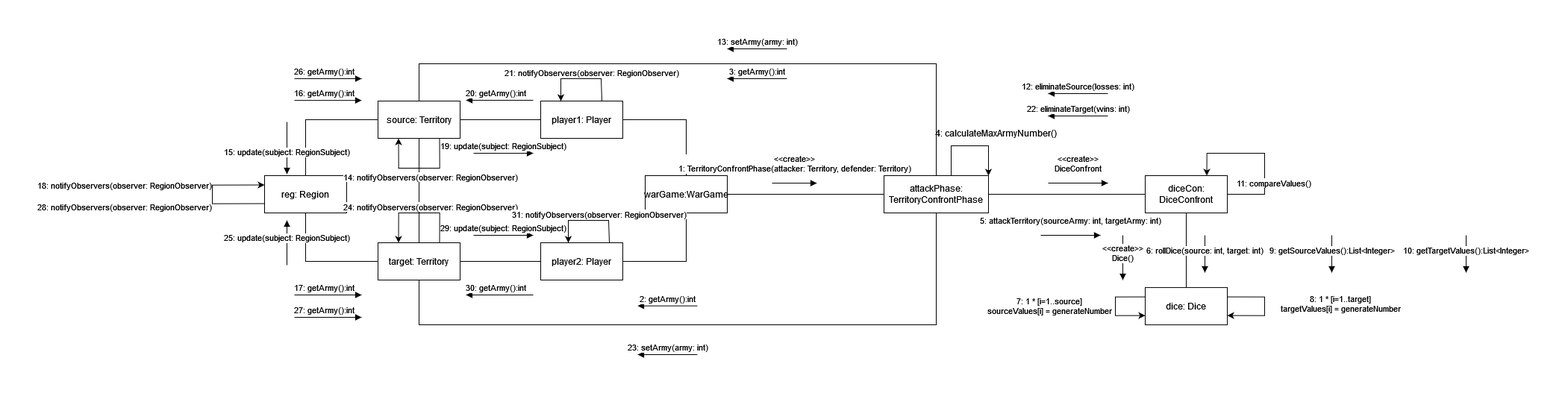
This is collaboration-diagram.png from Gil32610/operation-contract-territory-confront, a draw.io export, as it was before one commit. Source tidied: cells renumbered, new cells last; positions are measured from the earlier drawing's top-left corner, leaving out a move shared by most shapes.
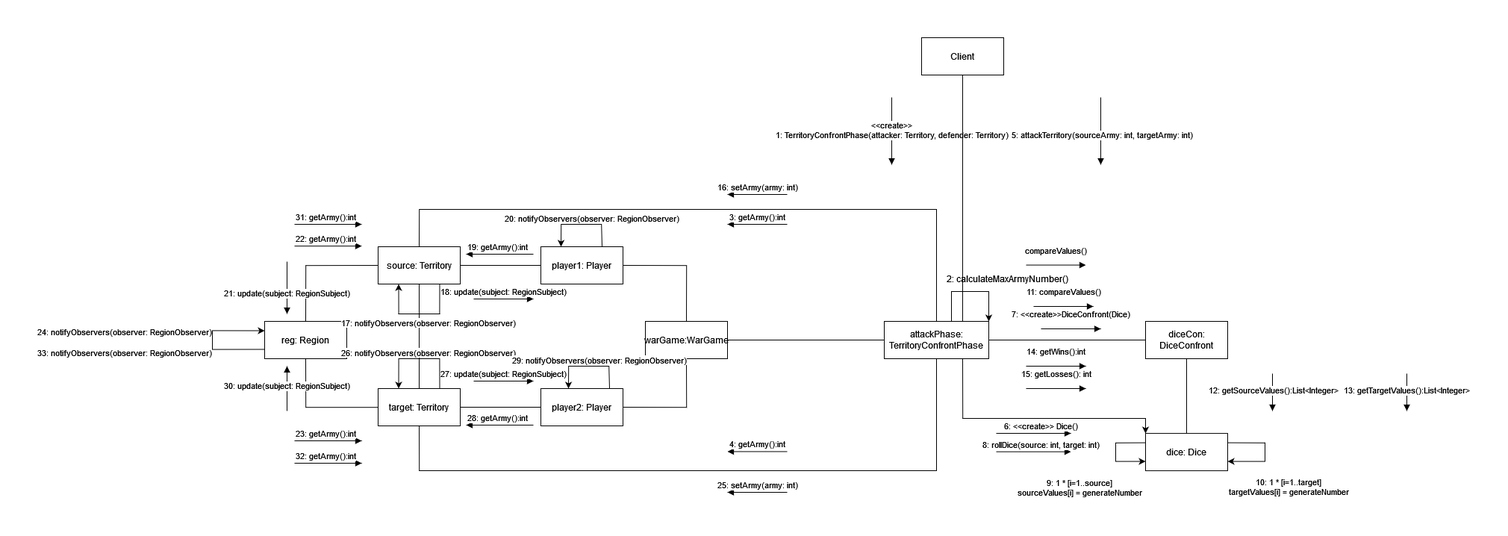
Above is the later version.

Diff of the diagram source:
```diff
@@ -63,6 +63,14 @@
         </Array>
       </mxGeometry>
     </mxCell>
+    <mxCell id="65" style="edgeStyle=orthogonalEdgeStyle;rounded=0;jettySize=auto;html=1;entryX=0;entryY=0;entryDx=0;entryDy=0;exitX=0.75;exitY=1;exitDx=0;exitDy=0;" parent="1" edge="1" source="19" target="24">
+      <mxGeometry relative="1" as="geometry">
+        <Array as="points">
+          <mxPoint x="1125" y="300" />
+          <mxPoint x="1370" y="300" />
+        </Array>
+      </mxGeometry>
+    </mxCell>
     <mxCell id="19" value="&lt;blockquote&gt;attackPhase: TerritoryConfrontPhase&lt;/blockquote&gt;" style="html=1;whiteSpace=wrap;" parent="1" vertex="1">
       <mxGeometry x="1020" y="170" width="140" height="50" as="geometry" />
     </mxCell>
@@ -80,18 +88,18 @@
         </Array>
       </mxGeometry>
     </mxCell>
-    <mxCell id="23" value="7: 1 * [i=1..source]&lt;br&gt;&lt;div&gt;sourceValues[i] = generateNumber&lt;/div&gt;" style="edgeLabel;html=1;align=center;verticalAlign=middle;" parent="22" vertex="1">
+    <mxCell id="23" value="9: 1 * [i=1..source]&lt;br&gt;&lt;div&gt;sourceValues[i] = generateNumber&lt;/div&gt;" style="edgeLabel;html=1;align=center;verticalAlign=middle;" parent="22" vertex="1">
       <mxGeometry x="-0.02" relative="1" as="geometry">
-        <mxPoint x="-90" y="1" as="offset" />
+        <mxPoint x="-50" y="46" as="offset" />
       </mxGeometry>
     </mxCell>
     <mxCell id="24" value="dice: Dice" style="html=1;whiteSpace=wrap;" parent="1" vertex="1">
       <mxGeometry x="1370" y="320.1" width="110" height="50" as="geometry" />
     </mxCell>
     <mxCell id="25" value="&lt;div&gt;&amp;lt;&amp;lt;create&amp;gt;&amp;gt;&lt;/div&gt;&lt;div&gt;1: TerritoryConfrontPhase(attacker: Territory, defender: Territory)&lt;br&gt;&lt;/div&gt;" style="html=1;verticalAlign=bottom;endArrow=block;curved=0;rounded=0;" parent="1" edge="1">
-      <mxGeometry y="10" relative="1" as="geometry">
-        <mxPoint x="870" y="180.1" as="sourcePoint" />
-        <mxPoint x="930" y="180.1" as="targetPoint" />
+      <mxGeometry x="0.33" relative="1" as="geometry">
+        <mxPoint x="1030" y="-130" as="sourcePoint" />
+        <mxPoint x="1030" y="-39.9" as="targetPoint" />
       </mxGeometry>
     </mxCell>
     <mxCell id="26" style="edgeStyle=orthogonalEdgeStyle;rounded=0;orthogonalLoop=1;jettySize=auto;html=1;entryX=1;entryY=0;entryDx=0;entryDy=0;exitX=0.75;exitY=0;exitDx=0;exitDy=0;" parent="1" edge="1" source="19" target="19">
@@ -103,53 +111,21 @@
         </Array>
       </mxGeometry>
     </mxCell>
-    <mxCell id="27" value="4: calculateMaxArmyNumber()" style="text;html=1;align=center;verticalAlign=middle;strokeColor=none;fillColor=none;" parent="1" vertex="1">
-      <mxGeometry x="1075" y="98" width="190" height="30" as="geometry" />
+    <mxCell id="27" value="2: calculateMaxArmyNumber()" style="text;html=1;align=center;verticalAlign=middle;strokeColor=none;fillColor=none;" parent="1" vertex="1">
+      <mxGeometry x="1090" y="98" width="190" height="30" as="geometry" />
     </mxCell>
-    <mxCell id="28" value="&lt;div&gt;&amp;lt;&amp;lt;create&amp;gt;&amp;gt;&lt;/div&gt;&lt;div&gt;DiceConfront&lt;br&gt;&lt;/div&gt;" style="html=1;verticalAlign=bottom;endArrow=block;curved=0;rounded=0;" parent="1" edge="1">
+    <mxCell id="28" value="7: &amp;lt;&amp;lt;create&amp;gt;&amp;gt;DiceConfront(Dice)" style="html=1;verticalAlign=bottom;endArrow=block;curved=0;rounded=0;" parent="1" edge="1">
       <mxGeometry y="10" relative="1" as="geometry">
-        <mxPoint x="1240" y="180" as="sourcePoint" />
-        <mxPoint x="1320" y="180" as="targetPoint" />
+        <mxPoint x="1230" y="180" as="sourcePoint" />
+        <mxPoint x="1310" y="180" as="targetPoint" />
       </mxGeometry>
     </mxCell>
-    <mxCell id="29" value="5: attackTerritory(sourceArmy: int, targetArmy: int)" style="html=1;verticalAlign=bottom;endArrow=block;curved=0;rounded=0;" parent="1" edge="1">
-      <mxGeometry y="10" relative="1" as="geometry">
-        <mxPoint x="1230" y="250" as="sourcePoint" />
-        <mxPoint x="1310" y="250" as="targetPoint" />
-      </mxGeometry>
-    </mxCell>
-    <mxCell id="30" value="6: rollDice(source: int, target: int)" style="html=1;verticalAlign=bottom;endArrow=block;curved=0;rounded=0;" parent="1" edge="1">
+    <mxCell id="30" value="8: rollDice(source: int, target: int)" style="html=1;verticalAlign=bottom;endArrow=block;curved=0;rounded=0;" parent="1" edge="1">
       <mxGeometry x="0.2" relative="1" as="geometry">
-        <mxPoint x="1450" y="250" as="sourcePoint" />
-        <mxPoint x="1450" y="300" as="targetPoint" />
+        <mxPoint x="1170" y="344.7" as="sourcePoint" />
+        <mxPoint x="1270" y="344.7" as="targetPoint" />
       </mxGeometry>
     </mxCell>
-    <mxCell id="31" style="edgeStyle=orthogonalEdgeStyle;rounded=0;orthogonalLoop=1;jettySize=auto;html=1;entryX=0.75;entryY=0;entryDx=0;entryDy=0;exitX=1;exitY=0.5;exitDx=0;exitDy=0;" parent="1" edge="1" source="21" target="21">
-      <mxGeometry relative="1" as="geometry">
-        <Array as="points">
-          <mxPoint x="1530" y="195" />
-          <mxPoint x="1530" y="140" />
-          <mxPoint x="1453" y="140" />
-        </Array>
-      </mxGeometry>
-    </mxCell>
-    <mxCell id="32" value="11: compareValues()" style="edgeLabel;html=1;align=center;verticalAlign=middle;" parent="31" vertex="1">
-      <mxGeometry x="-0.37" relative="1" as="geometry">
-        <mxPoint x="10" as="offset" />
-      </mxGeometry>
-    </mxCell>
-    <mxCell id="33" value="22: eliminateTarget(wins: int)" style="html=1;verticalAlign=bottom;endArrow=none;curved=0;rounded=0;startArrow=block;startFill=1;endFill=0;" parent="1" edge="1">
-      <mxGeometry relative="1" as="geometry">
-        <mxPoint x="1240" y="90" as="sourcePoint" />
-        <mxPoint x="1320" y="90" as="targetPoint" />
-      </mxGeometry>
-    </mxCell>
-    <mxCell id="34" value="12: eliminateSource(losses: int)" style="html=1;verticalAlign=bottom;endArrow=none;curved=0;rounded=0;startArrow=block;startFill=1;endFill=0;" parent="1" edge="1">
-      <mxGeometry relative="1" as="geometry">
-        <mxPoint x="1240" y="60" as="sourcePoint" />
-        <mxPoint x="1320" y="60" as="targetPoint" />
-      </mxGeometry>
-    </mxCell>
     <mxCell id="35" style="edgeStyle=orthogonalEdgeStyle;rounded=0;orthogonalLoop=1;jettySize=auto;html=1;exitX=1;exitY=0.25;exitDx=0;exitDy=0;entryX=1;entryY=0.75;entryDx=0;entryDy=0;" parent="1" edge="1" source="24" target="24">
       <mxGeometry relative="1" as="geometry">
         <Array as="points">
@@ -158,31 +134,31 @@
         </Array>
       </mxGeometry>
     </mxCell>
-    <mxCell id="36" value="8: 1 * [i=1..target]&lt;br&gt;&lt;div&gt;targetValues[i] = generateNumber&lt;/div&gt;" style="edgeLabel;html=1;align=center;verticalAlign=middle;" parent="1" vertex="1">
-      <mxGeometry x="1630" y="340" as="geometry" />
+    <mxCell id="36" value="10: 1 * [i=1..target]&lt;br&gt;&lt;div&gt;targetValues[i] = generateNumber&lt;/div&gt;" style="edgeLabel;html=1;align=center;verticalAlign=middle;" parent="1" vertex="1">
+      <mxGeometry x="1560" y="390" as="geometry" />
     </mxCell>
-    <mxCell id="37" value="9: getSourceValues():List&amp;lt;Integer&amp;gt;" style="html=1;verticalAlign=bottom;endArrow=block;curved=0;rounded=0;" parent="1" edge="1">
+    <mxCell id="37" value="&amp;nbsp;12: getSourceValues():List&amp;lt;Integer&amp;gt;" style="html=1;verticalAlign=bottom;endArrow=block;curved=0;rounded=0;" parent="1" edge="1">
       <mxGeometry x="0.2" relative="1" as="geometry">
-        <mxPoint x="1620" y="250" as="sourcePoint" />
-        <mxPoint x="1620" y="300" as="targetPoint" />
+        <mxPoint x="1540" y="240" as="sourcePoint" />
+        <mxPoint x="1540" y="290" as="targetPoint" />
       </mxGeometry>
     </mxCell>
-    <mxCell id="38" value="10: getTargetValues():List&amp;lt;Integer&amp;gt;" style="html=1;verticalAlign=bottom;endArrow=block;curved=0;rounded=0;" parent="1" edge="1">
+    <mxCell id="38" value="13: getTargetValues():List&amp;lt;Integer&amp;gt;" style="html=1;verticalAlign=bottom;endArrow=block;curved=0;rounded=0;" parent="1" edge="1">
       <mxGeometry x="0.2" relative="1" as="geometry">
-        <mxPoint x="1800" y="250" as="sourcePoint" />
-        <mxPoint x="1800" y="300" as="targetPoint" />
+        <mxPoint x="1720" y="240" as="sourcePoint" />
+        <mxPoint x="1720" y="290" as="targetPoint" />
       </mxGeometry>
     </mxCell>
-    <mxCell id="39" value="13: setArmy(army: int)" style="html=1;verticalAlign=bottom;endArrow=none;curved=0;rounded=0;startArrow=block;startFill=1;endFill=0;" parent="1" edge="1">
+    <mxCell id="39" value="16: setArmy(army: int)" style="html=1;verticalAlign=bottom;endArrow=none;curved=0;rounded=0;startArrow=block;startFill=1;endFill=0;" parent="1" edge="1">
       <mxGeometry relative="1" as="geometry">
         <mxPoint x="810" as="sourcePoint" />
         <mxPoint x="890" as="targetPoint" />
       </mxGeometry>
     </mxCell>
-    <mxCell id="40" value="23: setArmy(army: int)" style="html=1;verticalAlign=bottom;endArrow=none;curved=0;rounded=0;startArrow=block;startFill=1;endFill=0;" parent="1" edge="1">
+    <mxCell id="40" value="25: setArmy(army: int)" style="html=1;verticalAlign=bottom;endArrow=none;curved=0;rounded=0;startArrow=block;startFill=1;endFill=0;" parent="1" edge="1">
       <mxGeometry relative="1" as="geometry">
-        <mxPoint x="690" y="410" as="sourcePoint" />
-        <mxPoint x="770" y="410" as="targetPoint" />
+        <mxPoint x="810" y="399" as="sourcePoint" />
+        <mxPoint x="890" y="399" as="targetPoint" />
       </mxGeometry>
     </mxCell>
     <mxCell id="41" style="edgeStyle=orthogonalEdgeStyle;rounded=0;orthogonalLoop=1;jettySize=auto;html=1;exitX=0.75;exitY=0;exitDx=0;exitDy=0;entryX=0.25;entryY=0;entryDx=0;entryDy=0;" parent="1" edge="1" source="14" target="14">
@@ -193,18 +169,18 @@
         </Array>
       </mxGeometry>
     </mxCell>
-    <mxCell id="42" value="24: notifyObservers(observer: RegionObserver)" style="edgeLabel;html=1;align=center;verticalAlign=middle;" parent="41" vertex="1">
+    <mxCell id="42" value="26: notifyObservers(observer: RegionObserver)" style="edgeLabel;html=1;align=center;verticalAlign=middle;" parent="41" vertex="1">
       <mxGeometry x="0.1" y="-1" relative="1" as="geometry">
         <mxPoint x="19" y="-9" as="offset" />
       </mxGeometry>
     </mxCell>
-    <mxCell id="43" value="29: update(subject: RegionSubject)" style="html=1;verticalAlign=bottom;endArrow=block;curved=0;rounded=0;" parent="1" edge="1">
+    <mxCell id="43" value="27: update(subject: RegionSubject)" style="html=1;verticalAlign=bottom;endArrow=block;curved=0;rounded=0;" parent="1" edge="1">
       <mxGeometry relative="1" as="geometry">
         <mxPoint x="470" y="250" as="sourcePoint" />
         <mxPoint x="550" y="250" as="targetPoint" />
       </mxGeometry>
     </mxCell>
-    <mxCell id="44" value="25: update(subject: RegionSubject)" style="html=1;verticalAlign=bottom;endArrow=block;curved=0;rounded=0;" parent="1" edge="1">
+    <mxCell id="44" value="30: update(subject: RegionSubject)" style="html=1;verticalAlign=bottom;endArrow=block;curved=0;rounded=0;" parent="1" edge="1">
       <mxGeometry x="-0.14" relative="1" as="geometry">
         <mxPoint x="220" y="290" as="sourcePoint" />
         <mxPoint x="220" y="230" as="targetPoint" />
@@ -218,18 +194,18 @@
         </Array>
       </mxGeometry>
     </mxCell>
-    <mxCell id="46" value="14: notifyObservers(observer: RegionObserver)" style="edgeLabel;html=1;align=center;verticalAlign=middle;" parent="45" vertex="1">
+    <mxCell id="46" value="17: notifyObservers(observer: RegionObserver)" style="edgeLabel;html=1;align=center;verticalAlign=middle;" parent="45" vertex="1">
       <mxGeometry x="0.1" y="-1" relative="1" as="geometry">
         <mxPoint x="19" y="11" as="offset" />
       </mxGeometry>
     </mxCell>
-    <mxCell id="47" value="15: update(subject: RegionSubject)" style="html=1;verticalAlign=bottom;endArrow=block;curved=0;rounded=0;" parent="1" edge="1">
+    <mxCell id="47" value="21: update(subject: RegionSubject)" style="html=1;verticalAlign=bottom;endArrow=block;curved=0;rounded=0;" parent="1" edge="1">
       <mxGeometry x="0.47" relative="1" as="geometry">
-        <mxPoint x="220" y="98" as="sourcePoint" />
-        <mxPoint x="220" y="168" as="targetPoint" />
+        <mxPoint x="220" y="90" as="sourcePoint" />
+        <mxPoint x="220" y="160" as="targetPoint" />
       </mxGeometry>
     </mxCell>
-    <mxCell id="48" value="19: update(subject: RegionSubject)" style="html=1;verticalAlign=bottom;endArrow=block;curved=0;rounded=0;" parent="1" edge="1">
+    <mxCell id="48" value="18: update(subject: RegionSubject)" style="html=1;verticalAlign=bottom;endArrow=block;curved=0;rounded=0;" parent="1" edge="1">
       <mxGeometry relative="1" as="geometry">
         <mxPoint x="470" y="140" as="sourcePoint" />
         <mxPoint x="550" y="140" as="targetPoint" />
@@ -241,10 +217,10 @@
         <mxPoint x="890" y="40" as="targetPoint" />
       </mxGeometry>
     </mxCell>
-    <mxCell id="50" value="2: getArmy():int" style="html=1;verticalAlign=bottom;endArrow=none;curved=0;rounded=0;startArrow=block;startFill=1;endFill=0;" parent="1" edge="1">
+    <mxCell id="50" value="4: getArmy():int" style="html=1;verticalAlign=bottom;endArrow=none;curved=0;rounded=0;startArrow=block;startFill=1;endFill=0;" parent="1" edge="1">
       <mxGeometry relative="1" as="geometry">
-        <mxPoint x="690" y="344.7" as="sourcePoint" />
-        <mxPoint x="770" y="344.7" as="targetPoint" />
+        <mxPoint x="810" y="344.5" as="sourcePoint" />
+        <mxPoint x="890" y="344.5" as="targetPoint" />
       </mxGeometry>
     </mxCell>
     <mxCell id="51" style="edgeStyle=orthogonalEdgeStyle;rounded=0;orthogonalLoop=1;jettySize=auto;html=1;exitX=0;exitY=0.75;exitDx=0;exitDy=0;entryX=0;entryY=0.25;entryDx=0;entryDy=0;" parent="1" edge="1" source="16" target="16">
@@ -255,18 +231,18 @@
         </Array>
       </mxGeometry>
     </mxCell>
-    <mxCell id="52" value="18: notifyObservers(observer: RegionObserver)" style="edgeLabel;html=1;align=center;verticalAlign=middle;" parent="51" vertex="1">
+    <mxCell id="52" value="24: notifyObservers(observer: RegionObserver)" style="edgeLabel;html=1;align=center;verticalAlign=middle;" parent="51" vertex="1">
       <mxGeometry x="-0.02" y="1" relative="1" as="geometry">
         <mxPoint x="-119" y="-16" as="offset" />
       </mxGeometry>
     </mxCell>
-    <mxCell id="53" value="17: getArmy():int" style="html=1;verticalAlign=bottom;endArrow=none;curved=0;rounded=0;startArrow=block;startFill=1;endFill=0;" parent="1" edge="1">
+    <mxCell id="53" value="23: getArmy():int" style="html=1;verticalAlign=bottom;endArrow=none;curved=0;rounded=0;startArrow=block;startFill=1;endFill=0;" parent="1" edge="1">
       <mxGeometry x="0.11" relative="1" as="geometry">
         <mxPoint x="320" y="330" as="sourcePoint" />
         <mxPoint x="230" y="330" as="targetPoint" />
       </mxGeometry>
     </mxCell>
-    <mxCell id="54" value="16: getArmy():int" style="html=1;verticalAlign=bottom;endArrow=none;curved=0;rounded=0;startArrow=block;startFill=1;endFill=0;" parent="1" edge="1">
+    <mxCell id="54" value="22: getArmy():int" style="html=1;verticalAlign=bottom;endArrow=none;curved=0;rounded=0;startArrow=block;startFill=1;endFill=0;" parent="1" edge="1">
       <mxGeometry x="0.11" relative="1" as="geometry">
         <mxPoint x="320" y="69.1" as="sourcePoint" />
         <mxPoint x="230" y="69.1" as="targetPoint" />
@@ -282,7 +258,7 @@
         </Array>
       </mxGeometry>
     </mxCell>
-    <mxCell id="56" value="31: notifyObservers(observer: RegionObserver)" style="edgeLabel;html=1;align=center;verticalAlign=middle;" parent="55" vertex="1">
+    <mxCell id="56" value="29: notifyObservers(observer: RegionObserver)" style="edgeLabel;html=1;align=center;verticalAlign=middle;" parent="55" vertex="1">
       <mxGeometry x="0.1" y="-1" relative="1" as="geometry">
         <mxPoint x="19" y="-9" as="offset" />
       </mxGeometry>
@@ -297,43 +273,79 @@
         </Array>
       </mxGeometry>
     </mxCell>
-    <mxCell id="58" value="21: notifyObservers(observer: RegionObserver)" style="edgeLabel;html=1;align=center;verticalAlign=middle;" parent="57" vertex="1">
+    <mxCell id="58" value="20: notifyObservers(observer: RegionObserver)" style="edgeLabel;html=1;align=center;verticalAlign=middle;" parent="57" vertex="1">
       <mxGeometry x="0.1" y="-1" relative="1" as="geometry">
         <mxPoint x="19" y="-9" as="offset" />
       </mxGeometry>
     </mxCell>
-    <mxCell id="59" value="30: getArmy():int" style="html=1;verticalAlign=bottom;endArrow=block;curved=0;rounded=0;startArrow=none;startFill=0;endFill=1;" parent="1" edge="1">
+    <mxCell id="59" value="28: getArmy():int" style="html=1;verticalAlign=bottom;endArrow=block;curved=0;rounded=0;startArrow=none;startFill=0;endFill=1;" parent="1" edge="1">
       <mxGeometry x="0.11" relative="1" as="geometry">
-        <mxPoint x="550" y="330" as="sourcePoint" />
-        <mxPoint x="460" y="330" as="targetPoint" />
+        <mxPoint x="550" y="309" as="sourcePoint" />
+        <mxPoint x="460" y="309" as="targetPoint" />
       </mxGeometry>
     </mxCell>
-    <mxCell id="60" value="20: getArmy():int" style="html=1;verticalAlign=bottom;endArrow=block;curved=0;rounded=0;startArrow=none;startFill=0;endFill=1;" parent="1" edge="1">
+    <mxCell id="60" value="19: getArmy():int" style="html=1;verticalAlign=bottom;endArrow=block;curved=0;rounded=0;startArrow=none;startFill=0;endFill=1;" parent="1" edge="1">
       <mxGeometry x="0.11" relative="1" as="geometry">
-        <mxPoint x="550" y="69" as="sourcePoint" />
-        <mxPoint x="460" y="69" as="targetPoint" />
+        <mxPoint x="550" y="80" as="sourcePoint" />
+        <mxPoint x="460" y="80" as="targetPoint" />
       </mxGeometry>
     </mxCell>
-    <mxCell id="61" value="28: notifyObservers(observer: RegionObserver)" style="edgeLabel;html=1;align=center;verticalAlign=middle;" parent="1" vertex="1">
+    <mxCell id="61" value="33: notifyObservers(observer: RegionObserver)" style="edgeLabel;html=1;align=center;verticalAlign=middle;" parent="1" vertex="1">
       <mxGeometry y="210" as="geometry" />
     </mxCell>
-    <mxCell id="62" value="27: getArmy():int" style="html=1;verticalAlign=bottom;endArrow=none;curved=0;rounded=0;startArrow=block;startFill=1;endFill=0;" parent="1" edge="1">
+    <mxCell id="62" value="32: getArmy():int" style="html=1;verticalAlign=bottom;endArrow=none;curved=0;rounded=0;startArrow=block;startFill=1;endFill=0;" parent="1" edge="1">
       <mxGeometry x="0.11" relative="1" as="geometry">
         <mxPoint x="320" y="360" as="sourcePoint" />
         <mxPoint x="230" y="360" as="targetPoint" />
       </mxGeometry>
     </mxCell>
-    <mxCell id="63" value="26: getArmy():int" style="html=1;verticalAlign=bottom;endArrow=none;curved=0;rounded=0;startArrow=block;startFill=1;endFill=0;" parent="1" edge="1">
+    <mxCell id="63" value="31: getArmy():int" style="html=1;verticalAlign=bottom;endArrow=none;curved=0;rounded=0;startArrow=block;startFill=1;endFill=0;" parent="1" edge="1">
       <mxGeometry x="0.11" relative="1" as="geometry">
         <mxPoint x="320" y="40" as="sourcePoint" />
         <mxPoint x="230" y="40" as="targetPoint" />
       </mxGeometry>
     </mxCell>
-    <mxCell id="64" value="&lt;div&gt;&amp;lt;&amp;lt;create&amp;gt;&amp;gt;&lt;/div&gt;&lt;div&gt;Dice()&lt;br&gt;&lt;/div&gt;" style="html=1;verticalAlign=bottom;endArrow=block;curved=0;rounded=0;" parent="1" edge="1">
-      <mxGeometry x="0.33" relative="1" as="geometry">
-        <mxPoint x="1340" y="250" as="sourcePoint" />
-        <mxPoint x="1340" y="310" as="targetPoint" />
-      </mxGeometry>
-    </mxCell>
+    <mxCell id="66" value="14: getWins():int" style="html=1;verticalAlign=bottom;endArrow=block;curved=0;rounded=0;" parent="1" edge="1">
+      <mxGeometry y="10" relative="1" as="geometry">
+        <mxPoint x="1210" y="230" as="sourcePoint" />
+        <mxPoint x="1290" y="230" as="targetPoint" />
+      </mxGeometry>
+    </mxCell>
+    <mxCell id="67" value="15: getLosses(): int" style="html=1;verticalAlign=bottom;endArrow=block;curved=0;rounded=0;" parent="1" edge="1">
+      <mxGeometry y="10" relative="1" as="geometry">
+        <mxPoint x="1210" y="260" as="sourcePoint" />
+        <mxPoint x="1290" y="260" as="targetPoint" />
+      </mxGeometry>
+    </mxCell>
+    <mxCell id="68" value="compareValues()" style="html=1;verticalAlign=bottom;endArrow=block;curved=0;rounded=0;" parent="1" edge="1">
+      <mxGeometry y="10" relative="1" as="geometry">
+        <mxPoint x="1210" y="94.6" as="sourcePoint" />
+        <mxPoint x="1290" y="94.6" as="targetPoint" />
+      </mxGeometry>
+    </mxCell>
+    <mxCell id="69" value="6: &amp;lt;&amp;lt;create&amp;gt;&amp;gt; Dice()" style="html=1;verticalAlign=bottom;endArrow=block;curved=0;rounded=0;" parent="1" edge="1">
+      <mxGeometry x="0.2" relative="1" as="geometry">
+        <mxPoint x="1170" y="320" as="sourcePoint" />
+        <mxPoint x="1270" y="320" as="targetPoint" />
+      </mxGeometry>
+    </mxCell>
+    <mxCell id="70" style="edgeStyle=orthogonalEdgeStyle;rounded=0;jettySize=auto;html=1;entryX=0.75;entryY=0;entryDx=0;entryDy=0;endArrow=none;endFill=0;" parent="1" edge="1" source="71" target="19">
+      <mxGeometry relative="1" as="geometry" />
+    </mxCell>
+    <mxCell id="71" value="Client" style="html=1;whiteSpace=wrap;" parent="1" vertex="1">
+      <mxGeometry x="1070" y="-210" width="110" height="50" as="geometry" />
+    </mxCell>
+    <mxCell id="29" value="&amp;nbsp;5: attackTerritory(sourceArmy: int, targetArmy: int)" style="html=1;verticalAlign=bottom;endArrow=block;curved=0;rounded=0;" parent="1" edge="1">
+      <mxGeometry x="0.33" relative="1" as="geometry">
+        <mxPoint x="1310" y="-130" as="sourcePoint" />
+        <mxPoint x="1310" y="-39.9" as="targetPoint" />
+      </mxGeometry>
+    </mxCell>
+    <mxCell id="32" value="11: compareValues()" style="html=1;verticalAlign=bottom;endArrow=block;curved=0;rounded=0;" parent="1" edge="1">
+      <mxGeometry y="10" relative="1" as="geometry">
+        <mxPoint x="1220" y="150" as="sourcePoint" />
+        <mxPoint x="1300" y="150" as="targetPoint" />
+      </mxGeometry>
+    </mxCell>
   </root>
 </mxGraphModel>
```
